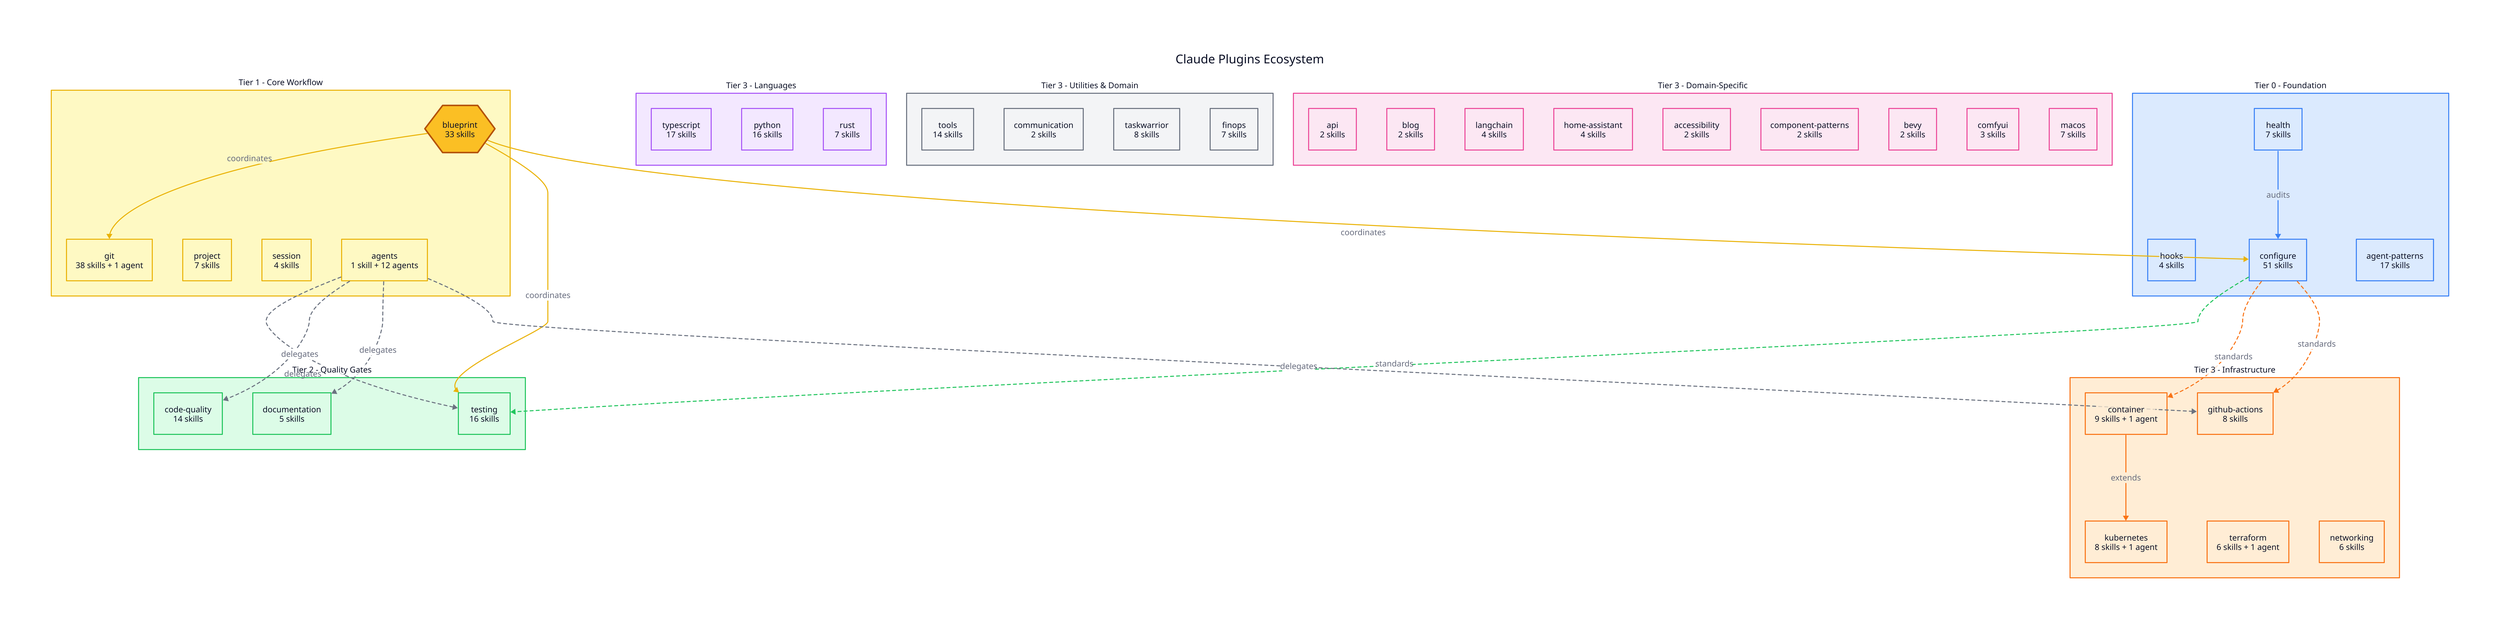
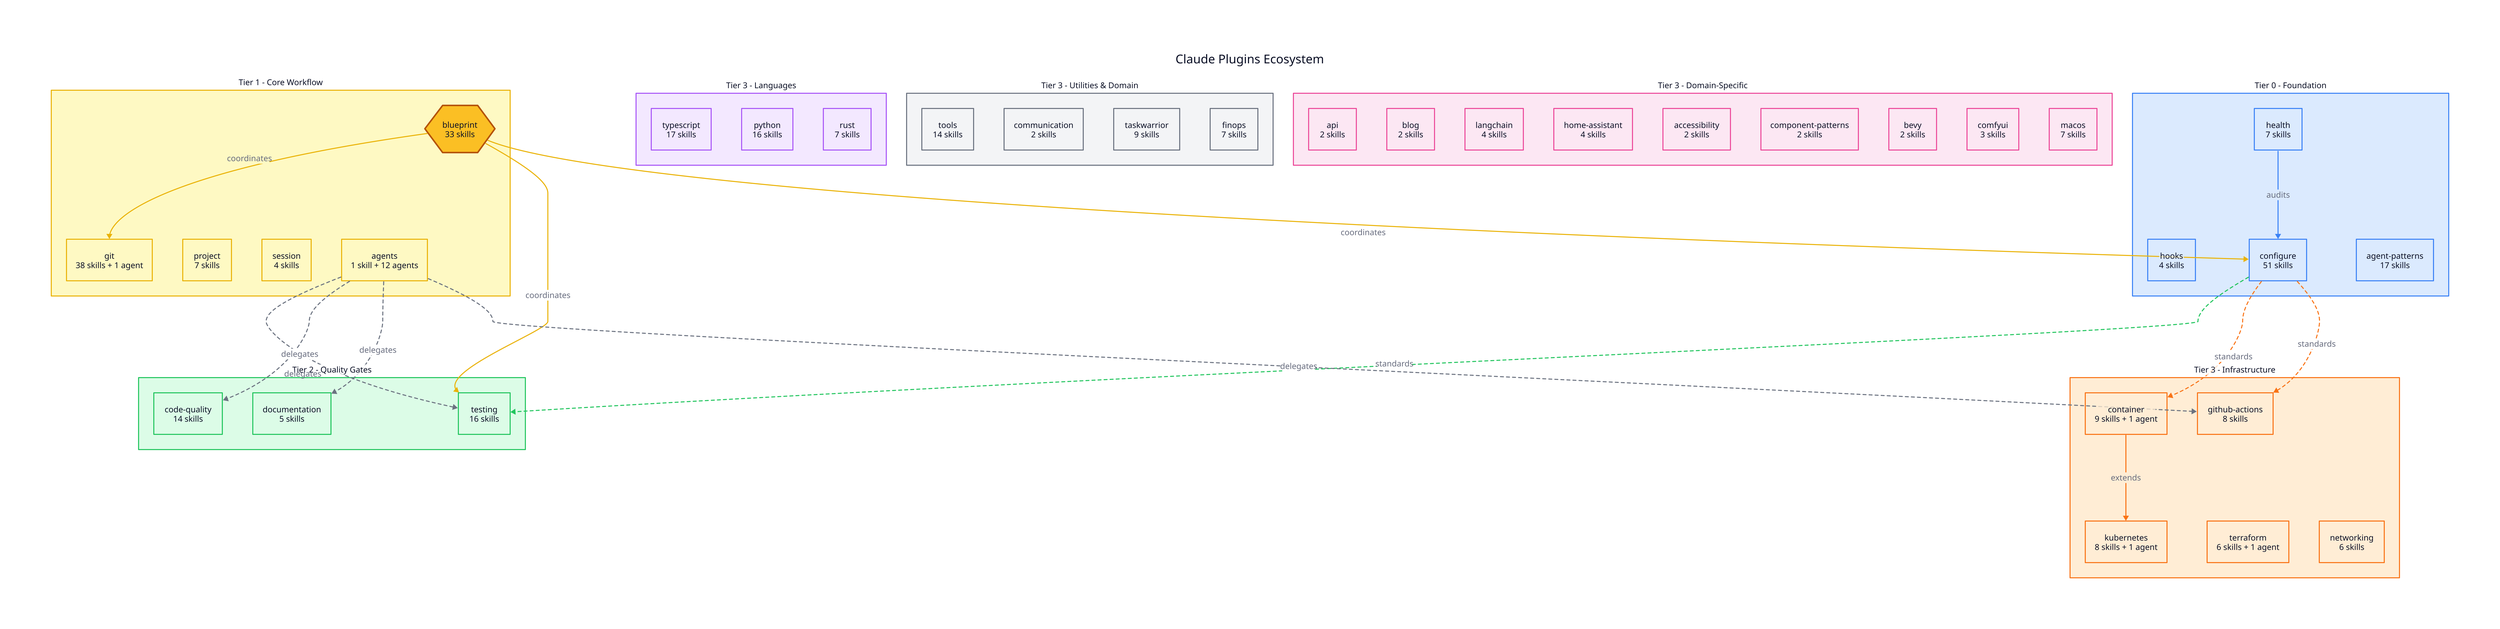
direction: down

title: "Claude Plugins Ecosystem" {
  near: top-center
  shape: text
  style: {
    font-size: 24
    bold: true
  }
}

# === CLASSES ===
classes: {
  foundation: {
    style.fill: "#dbeafe"
    style.stroke: "#3b82f6"
  }
  core: {
    style.fill: "#fef9c3"
    style.stroke: "#eab308"
  }
  quality: {
    style.fill: "#dcfce7"
    style.stroke: "#22c55e"
  }
  language: {
    style.fill: "#f3e8ff"
    style.stroke: "#a855f7"
  }
  infra: {
    style.fill: "#ffedd5"
    style.stroke: "#f97316"
  }
  utility: {
    style.fill: "#f3f4f6"
    style.stroke: "#6b7280"
  }
  domain: {
    style.fill: "#fce7f3"
    style.stroke: "#ec4899"
  }
}

# === TIER 0: FOUNDATION ===
foundation: {
  label: "Tier 0 - Foundation"
  class: foundation
  style.font-size: 16
  style.bold: true

  health: {
    label: "health\n7 skills"
    shape: rectangle
    class: foundation
  }
  hooks: {
    label: "hooks\n4 skills"
    shape: rectangle
    class: foundation
  }
  configure: {
    label: "configure\n51 skills"
    shape: rectangle
    class: foundation
  }
  agent-patterns: {
    label: "agent-patterns\n17 skills"
    shape: rectangle
    class: foundation
  }
}

# === TIER 1: CORE WORKFLOW ===
core: {
  label: "Tier 1 - Core Workflow"
  class: core
  style.font-size: 16
  style.bold: true

  blueprint: {
    label: "blueprint\n33 skills"
    shape: hexagon
    style.fill: "#fbbf24"
    style.stroke: "#b45309"
    style.stroke-width: 3
  }
  git: {
    label: "git\n38 skills + 1 agent"
    shape: rectangle
    class: core
  }
  project: {
    label: "project\n7 skills"
    shape: rectangle
    class: core
  }
  session: {
    label: "session\n4 skills"
    shape: rectangle
    class: core
  }
  agents: {
    label: "agents\n1 skill + 12 agents"
    shape: rectangle
    class: core
  }
}

# === TIER 2: QUALITY GATES ===
quality: {
  label: "Tier 2 - Quality Gates"
  class: quality
  style.font-size: 16
  style.bold: true

  testing: {
    label: "testing\n16 skills"
    shape: rectangle
    class: quality
  }
  code-quality: {
    label: "code-quality\n14 skills"
    shape: rectangle
    class: quality
  }
  documentation: {
    label: "documentation\n5 skills"
    shape: rectangle
    class: quality
  }
}

# === TIER 3: LANGUAGE ===
language: {
  label: "Tier 3 - Languages"
  class: language
  style.font-size: 16
  style.bold: true

  typescript: {
    label: "typescript\n17 skills"
    shape: rectangle
    class: language
  }
  python: {
    label: "python\n16 skills"
    shape: rectangle
    class: language
  }
  rust: {
    label: "rust\n7 skills"
    shape: rectangle
    class: language
  }
}

# === TIER 3: INFRASTRUCTURE ===
infra: {
  label: "Tier 3 - Infrastructure"
  class: infra
  style.font-size: 16
  style.bold: true

  container: {
    label: "container\n9 skills + 1 agent"
    shape: rectangle
    class: infra
  }
  kubernetes: {
    label: "kubernetes\n8 skills + 1 agent"
    shape: rectangle
    class: infra
  }
  terraform: {
    label: "terraform\n6 skills + 1 agent"
    shape: rectangle
    class: infra
  }
  github-actions: {
    label: "github-actions\n8 skills"
    shape: rectangle
    class: infra
  }
  networking: {
    label: "networking\n6 skills"
    shape: rectangle
    class: infra
  }
}

# === TIER 3: UTILITIES & DOMAIN ===
utilities: {
  label: "Tier 3 - Utilities & Domain"
  class: utility
  style.font-size: 16
  style.bold: true

  tools: {
    label: "tools\n14 skills"
    shape: rectangle
    class: utility
  }
  communication: {
    label: "communication\n2 skills"
    shape: rectangle
    class: utility
  }
  taskwarrior: {
-     label: "taskwarrior\n8 skills"
+     label: "taskwarrior\n9 skills"
    shape: rectangle
    class: utility
  }
  finops: {
    label: "finops\n7 skills"
    shape: rectangle
    class: utility
  }
}

domain: {
  label: "Tier 3 - Domain-Specific"
  class: domain
  style.font-size: 16
  style.bold: true

  api: {
    label: "api\n2 skills"
    shape: rectangle
    class: domain
  }
  blog: {
    label: "blog\n2 skills"
    shape: rectangle
    class: domain
  }
  langchain: {
    label: "langchain\n4 skills"
    shape: rectangle
    class: domain
  }
  home-assistant: {
    label: "home-assistant\n4 skills"
    shape: rectangle
    class: domain
  }
  accessibility: {
    label: "accessibility\n2 skills"
    shape: rectangle
    class: domain
  }
  component-patterns: {
    label: "component-patterns\n2 skills"
    shape: rectangle
    class: domain
  }
  bevy: {
    label: "bevy\n2 skills"
    shape: rectangle
    class: domain
  }
  comfyui: {
    label: "comfyui\n3 skills"
    shape: rectangle
    class: domain
  }
  macos: {
    label: "macos\n7 skills"
    shape: rectangle
    class: domain
  }
}

# === RELATIONSHIPS ===

# Foundation flows
foundation.health -> foundation.configure: "audits" {
  style.stroke: "#3b82f6"
}

# Configure provides standards for
foundation.configure -> quality.testing: "standards" {
  style.stroke: "#22c55e"
  style.stroke-dash: 3
}
foundation.configure -> infra.container: "standards" {
  style.stroke: "#f97316"
  style.stroke-dash: 3
}
foundation.configure -> infra.github-actions: "standards" {
  style.stroke: "#f97316"
  style.stroke-dash: 3
}

# Blueprint coordinates
core.blueprint -> core.git: "coordinates" {
  style.stroke: "#eab308"
}
core.blueprint -> quality.testing: "coordinates" {
  style.stroke: "#eab308"
}
core.blueprint -> foundation.configure: "coordinates" {
  style.stroke: "#eab308"
}

# Agents delegate to
core.agents -> quality.testing: "delegates" {
  style.stroke: "#6b7280"
  style.stroke-dash: 3
}
core.agents -> quality.code-quality: "delegates" {
  style.stroke: "#6b7280"
  style.stroke-dash: 3
}
core.agents -> quality.documentation: "delegates" {
  style.stroke: "#6b7280"
  style.stroke-dash: 3
}
core.agents -> infra.github-actions: "delegates" {
  style.stroke: "#6b7280"
  style.stroke-dash: 3
}

# Infrastructure extends
infra.container -> infra.kubernetes: "extends" {
  style.stroke: "#f97316"
}
